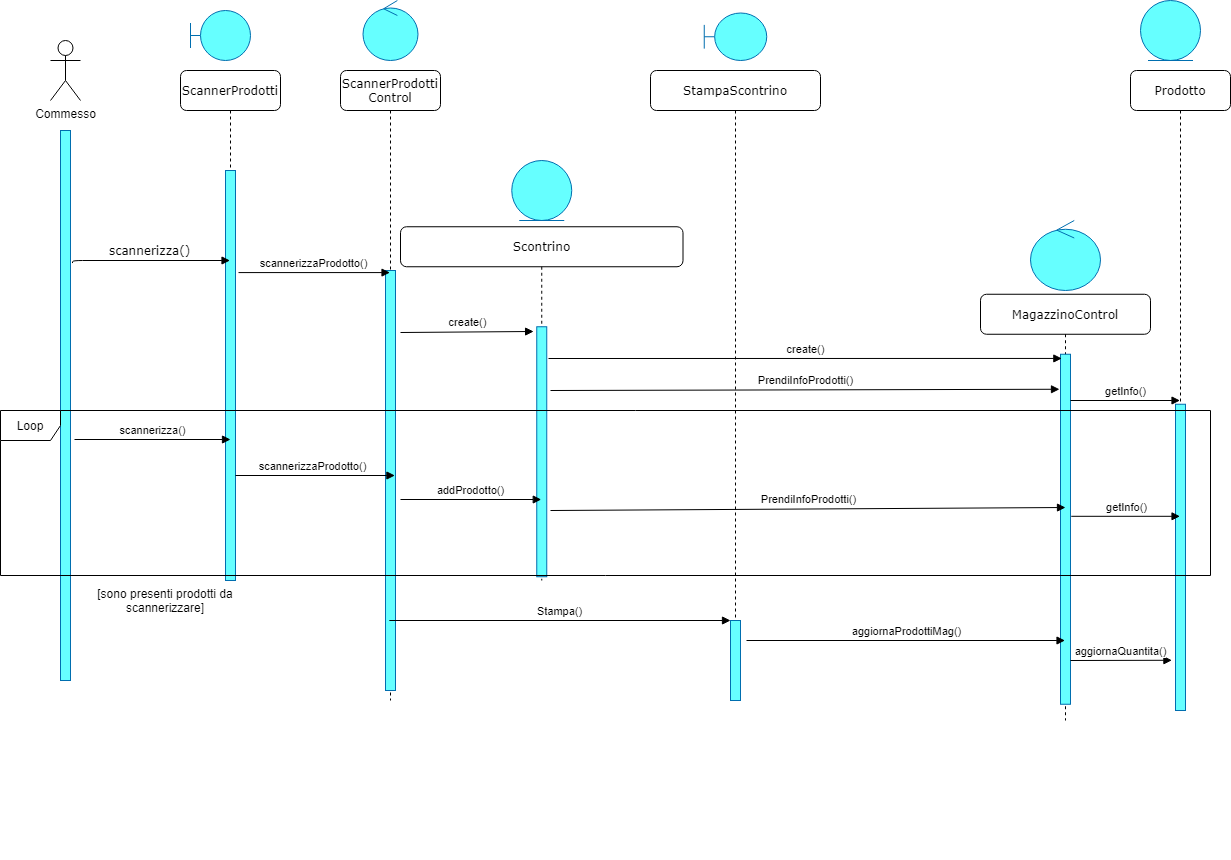
Above: Object&SequenceDiagram/SD_1.png in Ciro-Fusco/NewDM (draw.io), before the change. Source tidied: cells renumbered, new cells last; positions are measured from the earlier drawing's top-left corner, leaving out a move shared by most shapes. Source of this version:
```xml
<mxGraphModel background="#ffffff">
  <root>
    <mxCell id="0" />
    <mxCell id="1" parent="0" />
    <mxCell id="2" value="ScannerProdotti" style="shape=umlLifeline;perimeter=lifelinePerimeter;whiteSpace=wrap;html=1;outlineConnect=0;rounded=1;shadow=0;comic=0;labelBackgroundColor=none;strokeWidth=1;fontFamily=Verdana;fontSize=12;align=center;" parent="1" vertex="1">
      <mxGeometry x="180" y="70" width="100" height="510" as="geometry" />
    </mxCell>
    <mxCell id="3" style="html=1;points=[];perimeter=orthogonalPerimeter;rounded=0;shadow=0;comic=0;labelBackgroundColor=none;strokeWidth=1;fontFamily=Verdana;fontSize=12;align=center;strokeColor=#006EAF;fontColor=#ffffff;fillColor=#66FFFF;" parent="2" vertex="1">
      <mxGeometry x="45" y="100" width="10" height="410" as="geometry" />
    </mxCell>
    <mxCell id="4" value="Commesso" style="shape=umlActor;verticalLabelPosition=bottom;verticalAlign=top;html=1;" parent="1" vertex="1">
      <mxGeometry x="50" y="40" width="30" height="60" as="geometry" />
    </mxCell>
    <mxCell id="5" style="html=1;points=[];perimeter=orthogonalPerimeter;rounded=0;shadow=0;comic=0;labelBackgroundColor=none;strokeWidth=1;fontFamily=Verdana;fontSize=12;align=center;strokeColor=#006EAF;fontColor=#ffffff;fillColor=#66FFFF;" parent="1" vertex="1">
      <mxGeometry x="60" y="130" width="10" height="550" as="geometry" />
    </mxCell>
    <mxCell id="6" value="ScannerProdotti&lt;br&gt;Control" style="shape=umlLifeline;perimeter=lifelinePerimeter;whiteSpace=wrap;html=1;outlineConnect=0;rounded=1;shadow=0;comic=0;labelBackgroundColor=none;strokeWidth=1;fontFamily=Verdana;fontSize=12;align=center;" parent="1" vertex="1">
      <mxGeometry x="340" y="70" width="100" height="630" as="geometry" />
    </mxCell>
    <mxCell id="7" style="html=1;points=[];perimeter=orthogonalPerimeter;rounded=0;shadow=0;comic=0;labelBackgroundColor=none;strokeWidth=1;fontFamily=Verdana;fontSize=12;align=center;strokeColor=#006EAF;fontColor=#ffffff;fillColor=#66FFFF;" parent="6" vertex="1">
      <mxGeometry x="45" y="200" width="10" height="420" as="geometry" />
    </mxCell>
    <mxCell id="8" value="scannerizza()" style="html=1;verticalAlign=bottom;endArrow=block;labelBackgroundColor=none;fontFamily=Verdana;fontSize=12;edgeStyle=elbowEdgeStyle;elbow=vertical;exitX=1.2;exitY=0.241;exitDx=0;exitDy=0;exitPerimeter=0;" parent="1" edge="1" source="5" target="2">
      <mxGeometry relative="1" as="geometry">
        <Array as="points">
          <mxPoint x="70" y="260" />
        </Array>
      </mxGeometry>
    </mxCell>
    <mxCell id="9" value="scannerizzaProdotto()" style="html=1;verticalAlign=bottom;endArrow=block;exitX=1.3;exitY=0.249;exitDx=0;exitDy=0;exitPerimeter=0;" parent="1" edge="1" source="3" target="6">
      <mxGeometry relative="1" as="geometry" />
    </mxCell>
    <mxCell id="10" value="create()" style="html=1;verticalAlign=bottom;endArrow=block;entryX=-0.313;entryY=0.019;entryDx=0;entryDy=0;entryPerimeter=0;" parent="1" edge="1" target="12">
      <mxGeometry relative="1" as="geometry">
        <mxPoint x="400" y="332" as="sourcePoint" />
      </mxGeometry>
    </mxCell>
    <mxCell id="11" value="Scontrino" style="shape=umlLifeline;perimeter=lifelinePerimeter;whiteSpace=wrap;html=1;outlineConnect=0;rounded=1;shadow=0;comic=0;labelBackgroundColor=none;strokeWidth=1;fontFamily=Verdana;fontSize=12;align=center;" parent="1" vertex="1">
      <mxGeometry x="400" y="226.2" width="282.5" height="353.8" as="geometry" />
    </mxCell>
    <mxCell id="12" style="html=1;points=[];perimeter=orthogonalPerimeter;rounded=0;shadow=0;comic=0;labelBackgroundColor=none;strokeWidth=1;fontFamily=Verdana;fontSize=12;align=center;strokeColor=#006EAF;fontColor=#ffffff;fillColor=#66FFFF;" parent="11" vertex="1">
      <mxGeometry x="136.2" y="100" width="10" height="250" as="geometry" />
    </mxCell>
    <mxCell id="13" value="scannerizzaProdotto()" style="html=1;verticalAlign=bottom;endArrow=block;entryX=0.326;entryY=0.394;entryDx=0;entryDy=0;entryPerimeter=0;" parent="1" edge="1" source="3" target="39">
      <mxGeometry x="-0.03" relative="1" as="geometry" />
    </mxCell>
    <mxCell id="14" value="addProdotto()" style="html=1;verticalAlign=bottom;endArrow=block;" parent="1" edge="1" target="11">
      <mxGeometry relative="1" as="geometry">
        <mxPoint x="400" y="499" as="sourcePoint" />
      </mxGeometry>
    </mxCell>
    <mxCell id="15" value="StampaScontrino" style="shape=umlLifeline;perimeter=lifelinePerimeter;whiteSpace=wrap;html=1;rounded=1;shadow=0;comic=0;labelBackgroundColor=none;strokeWidth=1;fontFamily=Verdana;fontSize=12;align=center;" parent="1" vertex="1">
      <mxGeometry x="650" y="70" width="170" height="630" as="geometry" />
    </mxCell>
    <mxCell id="16" style="html=1;points=[];perimeter=orthogonalPerimeter;rounded=0;shadow=0;comic=0;labelBackgroundColor=none;strokeWidth=1;fontFamily=Verdana;fontSize=12;align=center;strokeColor=#006EAF;fontColor=#ffffff;fillColor=#66FFFF;" parent="15" vertex="1">
      <mxGeometry x="80" y="550" width="10" height="80" as="geometry" />
    </mxCell>
    <mxCell id="17" style="edgeStyle=orthogonalEdgeStyle;rounded=0;orthogonalLoop=1;jettySize=auto;html=1;exitX=0.5;exitY=1;exitDx=0;exitDy=0;" parent="1" edge="1">
      <mxGeometry relative="1" as="geometry">
        <mxPoint x="785" y="850" as="sourcePoint" />
        <mxPoint x="785" y="850" as="targetPoint" />
      </mxGeometry>
    </mxCell>
    <mxCell id="18" value="scannerizza()" style="html=1;verticalAlign=bottom;endArrow=block;" parent="1" edge="1">
      <mxGeometry relative="1" as="geometry">
        <mxPoint x="74" y="439" as="sourcePoint" />
        <mxPoint x="230" y="439" as="targetPoint" />
      </mxGeometry>
    </mxCell>
    <mxCell id="19" value="MagazzinoControl" style="shape=umlLifeline;perimeter=lifelinePerimeter;whiteSpace=wrap;html=1;outlineConnect=0;rounded=1;shadow=0;comic=0;labelBackgroundColor=none;strokeWidth=1;fontFamily=Verdana;fontSize=12;align=center;" parent="1" vertex="1">
      <mxGeometry x="980" y="293.8" width="170" height="426.2" as="geometry" />
    </mxCell>
    <mxCell id="20" style="html=1;points=[];perimeter=orthogonalPerimeter;rounded=0;shadow=0;comic=0;labelBackgroundColor=none;strokeWidth=1;fontFamily=Verdana;fontSize=12;align=center;strokeColor=#006EAF;fontColor=#ffffff;fillColor=#66FFFF;" parent="19" vertex="1">
      <mxGeometry x="80" y="60" width="10" height="350" as="geometry" />
    </mxCell>
    <mxCell id="21" value="aggiornaProdottiMag()" style="html=1;verticalAlign=bottom;endArrow=block;" parent="1" edge="1" target="19">
      <mxGeometry relative="1" as="geometry">
        <mxPoint x="746" y="640" as="sourcePoint" />
      </mxGeometry>
    </mxCell>
    <mxCell id="22" style="shape=umlBoundary;whiteSpace=wrap;html=1;strokeColor=#006EAF;fontColor=#ffffff;fillColor=#66FFFF;" parent="1" vertex="1">
      <mxGeometry x="190" y="10" width="60" height="50" as="geometry" />
    </mxCell>
    <mxCell id="23" style="ellipse;shape=umlControl;whiteSpace=wrap;html=1;strokeColor=#006EAF;fontColor=#ffffff;fillColor=#66FFFF;" parent="1" vertex="1">
      <mxGeometry x="362.5" width="55" height="60" as="geometry" />
    </mxCell>
    <mxCell id="24" style="ellipse;shape=umlEntity;whiteSpace=wrap;html=1;strokeColor=#006EAF;fontColor=#ffffff;fillColor=#66FFFF;" parent="1" vertex="1">
      <mxGeometry x="511.2" y="160" width="60" height="60" as="geometry" />
    </mxCell>
    <mxCell id="25" style="ellipse;shape=umlControl;whiteSpace=wrap;html=1;strokeColor=#006EAF;fontColor=#ffffff;fillColor=#66FFFF;" parent="1" vertex="1">
      <mxGeometry x="1030" y="220" width="70" height="70" as="geometry" />
    </mxCell>
    <mxCell id="26" value="create()" style="html=1;verticalAlign=bottom;endArrow=block;entryX=0.135;entryY=0.012;entryDx=0;entryDy=0;entryPerimeter=0;" parent="1" edge="1" target="20">
      <mxGeometry relative="1" as="geometry">
        <mxPoint x="548" y="358" as="sourcePoint" />
      </mxGeometry>
    </mxCell>
    <mxCell id="27" value="PrendiInfoProdotti()" style="html=1;verticalAlign=bottom;endArrow=block;entryX=-0.1;entryY=0.1;entryDx=0;entryDy=0;entryPerimeter=0;" parent="1" edge="1" target="20">
      <mxGeometry relative="1" as="geometry">
        <mxPoint x="550" y="390" as="sourcePoint" />
      </mxGeometry>
    </mxCell>
    <mxCell id="28" value="Prodotto" style="shape=umlLifeline;perimeter=lifelinePerimeter;whiteSpace=wrap;html=1;outlineConnect=0;rounded=1;shadow=0;comic=0;labelBackgroundColor=none;strokeWidth=1;fontFamily=Verdana;fontSize=12;align=center;" parent="1" vertex="1">
      <mxGeometry x="1130" y="70" width="100" height="640" as="geometry" />
    </mxCell>
    <mxCell id="29" style="html=1;points=[];perimeter=orthogonalPerimeter;rounded=0;shadow=0;comic=0;labelBackgroundColor=none;strokeWidth=1;fontFamily=Verdana;fontSize=12;align=center;strokeColor=#006EAF;fontColor=#ffffff;fillColor=#66FFFF;" parent="28" vertex="1">
      <mxGeometry x="45" y="333.8" width="10" height="306.2" as="geometry" />
    </mxCell>
    <mxCell id="30" style="ellipse;shape=umlEntity;whiteSpace=wrap;html=1;strokeColor=#006EAF;fontColor=#ffffff;fillColor=#66FFFF;" parent="1" vertex="1">
      <mxGeometry x="1140" width="60" height="60" as="geometry" />
    </mxCell>
    <mxCell id="31" value="getInfo()" style="html=1;verticalAlign=bottom;endArrow=block;" parent="1" edge="1" target="28">
      <mxGeometry relative="1" as="geometry">
        <mxPoint x="1070" y="400" as="sourcePoint" />
      </mxGeometry>
    </mxCell>
    <mxCell id="32" value="PrendiInfoProdotti()" style="html=1;verticalAlign=bottom;endArrow=block;" parent="1" edge="1">
      <mxGeometry relative="1" as="geometry">
        <mxPoint x="550" y="510" as="sourcePoint" />
        <mxPoint x="1065" y="507" as="targetPoint" />
      </mxGeometry>
    </mxCell>
    <mxCell id="33" value="getInfo()" style="html=1;verticalAlign=bottom;endArrow=block;exitX=1.076;exitY=0.463;exitDx=0;exitDy=0;exitPerimeter=0;" parent="1" edge="1" source="20" target="28">
      <mxGeometry relative="1" as="geometry" />
    </mxCell>
    <mxCell id="34" value="[sono presenti prodotti da scannerizzare]" style="text;html=1;strokeColor=none;fillColor=none;align=center;verticalAlign=middle;whiteSpace=wrap;rounded=0;" parent="1" vertex="1">
      <mxGeometry x="80" y="590" width="170" height="20" as="geometry" />
    </mxCell>
    <mxCell id="35" style="edgeStyle=orthogonalEdgeStyle;rounded=0;orthogonalLoop=1;jettySize=auto;html=1;exitX=0.5;exitY=1;exitDx=0;exitDy=0;" parent="1" edge="1" source="34" target="34">
      <mxGeometry relative="1" as="geometry" />
    </mxCell>
    <mxCell id="36" style="shape=umlBoundary;whiteSpace=wrap;html=1;strokeColor=#006EAF;fontColor=#ffffff;fillColor=#66FFFF;" parent="1" vertex="1">
      <mxGeometry x="703.8" y="12.5" width="62.5" height="47.5" as="geometry" />
    </mxCell>
    <mxCell id="37" value="Stampa()" style="html=1;verticalAlign=bottom;endArrow=block;" parent="1" edge="1" source="6" target="16">
      <mxGeometry relative="1" as="geometry" />
    </mxCell>
    <mxCell id="38" value="aggiornaQuantita()" style="html=1;verticalAlign=bottom;endArrow=block;entryX=-0.357;entryY=0.836;entryDx=0;entryDy=0;entryPerimeter=0;exitX=1;exitY=0.875;exitDx=0;exitDy=0;exitPerimeter=0;" parent="1" edge="1" source="20" target="29">
      <mxGeometry relative="1" as="geometry" />
    </mxCell>
    <mxCell id="39" value="Loop" style="shape=umlFrame;whiteSpace=wrap;html=1;" parent="1" vertex="1">
      <mxGeometry y="410" width="1210" height="165" as="geometry" />
    </mxCell>
  </root>
</mxGraphModel>
```
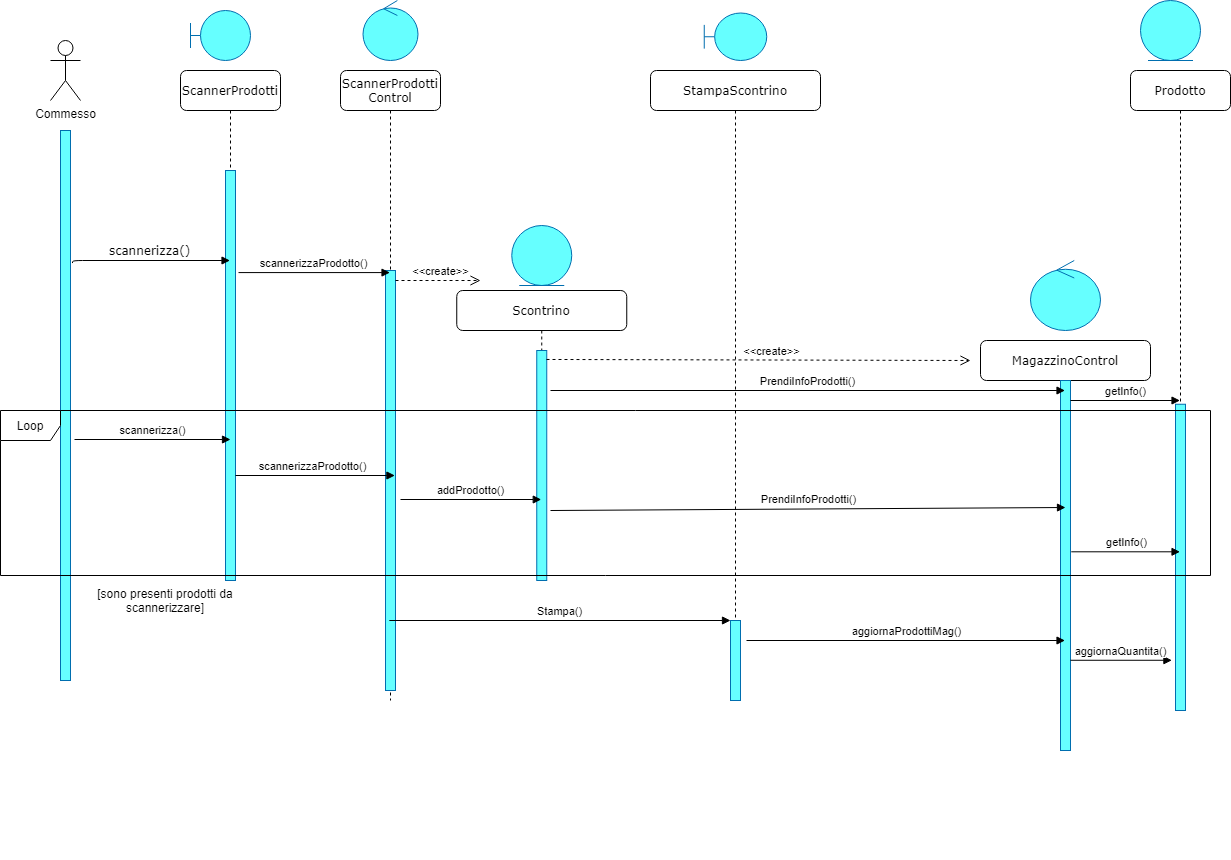
After the commit.

Diff of the diagram source:
```diff
@@ -20,6 +20,11 @@
     <mxCell id="7" style="html=1;points=[];perimeter=orthogonalPerimeter;rounded=0;shadow=0;comic=0;labelBackgroundColor=none;strokeWidth=1;fontFamily=Verdana;fontSize=12;align=center;strokeColor=#006EAF;fontColor=#ffffff;fillColor=#66FFFF;" parent="6" vertex="1">
       <mxGeometry x="45" y="200" width="10" height="420" as="geometry" />
     </mxCell>
+    <mxCell id="40" value="&amp;lt;&amp;lt;create&amp;gt;&amp;gt;" style="html=1;verticalAlign=bottom;endArrow=open;dashed=1;endSize=8;strokeColor=#000000;" parent="6" edge="1" source="7">
+      <mxGeometry x="0.06" relative="1" as="geometry">
+        <mxPoint x="140" y="210" as="targetPoint" />
+      </mxGeometry>
+    </mxCell>
     <mxCell id="8" value="scannerizza()" style="html=1;verticalAlign=bottom;endArrow=block;labelBackgroundColor=none;fontFamily=Verdana;fontSize=12;edgeStyle=elbowEdgeStyle;elbow=vertical;exitX=1.2;exitY=0.241;exitDx=0;exitDy=0;exitPerimeter=0;" parent="1" edge="1" source="5" target="2">
       <mxGeometry relative="1" as="geometry">
         <Array as="points">
@@ -30,16 +35,11 @@
     <mxCell id="9" value="scannerizzaProdotto()" style="html=1;verticalAlign=bottom;endArrow=block;exitX=1.3;exitY=0.249;exitDx=0;exitDy=0;exitPerimeter=0;" parent="1" edge="1" source="3" target="6">
       <mxGeometry relative="1" as="geometry" />
     </mxCell>
-    <mxCell id="10" value="create()" style="html=1;verticalAlign=bottom;endArrow=block;entryX=-0.313;entryY=0.019;entryDx=0;entryDy=0;entryPerimeter=0;" parent="1" edge="1" target="12">
-      <mxGeometry relative="1" as="geometry">
-        <mxPoint x="400" y="332" as="sourcePoint" />
-      </mxGeometry>
-    </mxCell>
     <mxCell id="11" value="Scontrino" style="shape=umlLifeline;perimeter=lifelinePerimeter;whiteSpace=wrap;html=1;outlineConnect=0;rounded=1;shadow=0;comic=0;labelBackgroundColor=none;strokeWidth=1;fontFamily=Verdana;fontSize=12;align=center;" parent="1" vertex="1">
-      <mxGeometry x="400" y="226.2" width="282.5" height="353.8" as="geometry" />
+      <mxGeometry x="456.2" y="290" width="170" height="290" as="geometry" />
     </mxCell>
     <mxCell id="12" style="html=1;points=[];perimeter=orthogonalPerimeter;rounded=0;shadow=0;comic=0;labelBackgroundColor=none;strokeWidth=1;fontFamily=Verdana;fontSize=12;align=center;strokeColor=#006EAF;fontColor=#ffffff;fillColor=#66FFFF;" parent="11" vertex="1">
-      <mxGeometry x="136.2" y="100" width="10" height="250" as="geometry" />
+      <mxGeometry x="80" y="60" width="10" height="230" as="geometry" />
     </mxCell>
     <mxCell id="13" value="scannerizzaProdotto()" style="html=1;verticalAlign=bottom;endArrow=block;entryX=0.326;entryY=0.394;entryDx=0;entryDy=0;entryPerimeter=0;" parent="1" edge="1" source="3" target="39">
       <mxGeometry x="-0.03" relative="1" as="geometry" />
@@ -68,10 +68,10 @@
       </mxGeometry>
     </mxCell>
     <mxCell id="19" value="MagazzinoControl" style="shape=umlLifeline;perimeter=lifelinePerimeter;whiteSpace=wrap;html=1;outlineConnect=0;rounded=1;shadow=0;comic=0;labelBackgroundColor=none;strokeWidth=1;fontFamily=Verdana;fontSize=12;align=center;" parent="1" vertex="1">
-      <mxGeometry x="980" y="293.8" width="170" height="426.2" as="geometry" />
+      <mxGeometry x="980" y="340" width="170" height="410" as="geometry" />
     </mxCell>
     <mxCell id="20" style="html=1;points=[];perimeter=orthogonalPerimeter;rounded=0;shadow=0;comic=0;labelBackgroundColor=none;strokeWidth=1;fontFamily=Verdana;fontSize=12;align=center;strokeColor=#006EAF;fontColor=#ffffff;fillColor=#66FFFF;" parent="19" vertex="1">
-      <mxGeometry x="80" y="60" width="10" height="350" as="geometry" />
+      <mxGeometry x="80" y="40" width="10" height="370" as="geometry" />
     </mxCell>
     <mxCell id="21" value="aggiornaProdottiMag()" style="html=1;verticalAlign=bottom;endArrow=block;" parent="1" edge="1" target="19">
       <mxGeometry relative="1" as="geometry">
@@ -85,17 +85,12 @@
       <mxGeometry x="362.5" width="55" height="60" as="geometry" />
     </mxCell>
     <mxCell id="24" style="ellipse;shape=umlEntity;whiteSpace=wrap;html=1;strokeColor=#006EAF;fontColor=#ffffff;fillColor=#66FFFF;" parent="1" vertex="1">
-      <mxGeometry x="511.2" y="160" width="60" height="60" as="geometry" />
+      <mxGeometry x="511.2" y="225" width="60" height="60" as="geometry" />
     </mxCell>
     <mxCell id="25" style="ellipse;shape=umlControl;whiteSpace=wrap;html=1;strokeColor=#006EAF;fontColor=#ffffff;fillColor=#66FFFF;" parent="1" vertex="1">
-      <mxGeometry x="1030" y="220" width="70" height="70" as="geometry" />
+      <mxGeometry x="1030" y="260" width="70" height="70" as="geometry" />
     </mxCell>
-    <mxCell id="26" value="create()" style="html=1;verticalAlign=bottom;endArrow=block;entryX=0.135;entryY=0.012;entryDx=0;entryDy=0;entryPerimeter=0;" parent="1" edge="1" target="20">
-      <mxGeometry relative="1" as="geometry">
-        <mxPoint x="548" y="358" as="sourcePoint" />
-      </mxGeometry>
-    </mxCell>
-    <mxCell id="27" value="PrendiInfoProdotti()" style="html=1;verticalAlign=bottom;endArrow=block;entryX=-0.1;entryY=0.1;entryDx=0;entryDy=0;entryPerimeter=0;" parent="1" edge="1" target="20">
+    <mxCell id="27" value="PrendiInfoProdotti()" style="html=1;verticalAlign=bottom;endArrow=block;" parent="1" edge="1" target="19">
       <mxGeometry relative="1" as="geometry">
         <mxPoint x="550" y="390" as="sourcePoint" />
       </mxGeometry>
@@ -135,11 +130,16 @@
     <mxCell id="37" value="Stampa()" style="html=1;verticalAlign=bottom;endArrow=block;" parent="1" edge="1" source="6" target="16">
       <mxGeometry relative="1" as="geometry" />
     </mxCell>
-    <mxCell id="38" value="aggiornaQuantita()" style="html=1;verticalAlign=bottom;endArrow=block;entryX=-0.357;entryY=0.836;entryDx=0;entryDy=0;entryPerimeter=0;exitX=1;exitY=0.875;exitDx=0;exitDy=0;exitPerimeter=0;" parent="1" edge="1" source="20" target="29">
+    <mxCell id="38" value="aggiornaQuantita()" style="html=1;verticalAlign=bottom;endArrow=block;entryX=-0.357;entryY=0.836;entryDx=0;entryDy=0;entryPerimeter=0;" parent="1" edge="1" source="20" target="29">
       <mxGeometry relative="1" as="geometry" />
     </mxCell>
     <mxCell id="39" value="Loop" style="shape=umlFrame;whiteSpace=wrap;html=1;" parent="1" vertex="1">
       <mxGeometry y="410" width="1210" height="165" as="geometry" />
     </mxCell>
+    <mxCell id="41" value="&amp;lt;&amp;lt;create&amp;gt;&amp;gt;" style="html=1;verticalAlign=bottom;endArrow=open;dashed=1;endSize=8;strokeColor=#000000;exitX=0.975;exitY=0.039;exitDx=0;exitDy=0;exitPerimeter=0;" parent="1" edge="1" source="12">
+      <mxGeometry x="0.06" relative="1" as="geometry">
+        <mxPoint x="970" y="360" as="targetPoint" />
+      </mxGeometry>
+    </mxCell>
   </root>
 </mxGraphModel>
```
